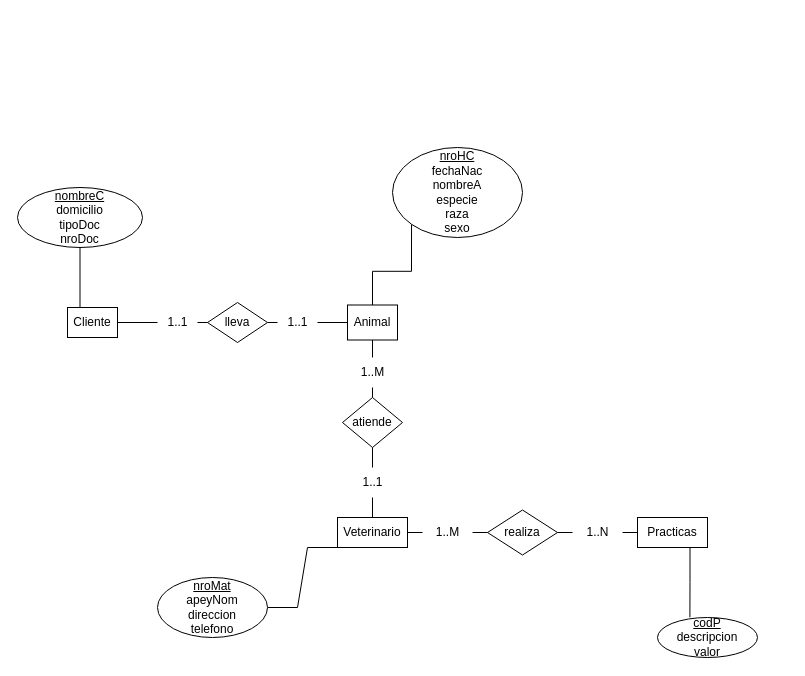
The draw.io diagram veterinaria.drawio in santisabb/ejercicios-base_de_datos, before the edit. Source tidied: cells renumbered, new cells numbered last; positions are measured from the earlier drawing's top-left corner, leaving out a move shared by most shapes. Both pictures are drawn from the tidied source at 100%, with x=0, y=0 at pixel (17, 147).
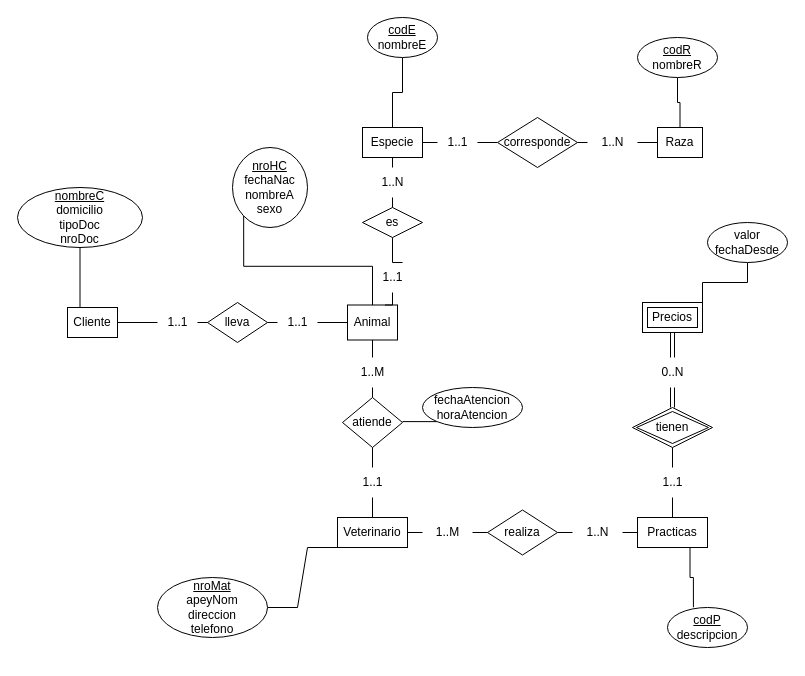
Above is the later version.

The change refers to these unchanged cells:
```xml
<mxCell id="5" value="Practicas" style="whiteSpace=wrap;html=1;align=center;" parent="1" vertex="1">
  <mxGeometry x="620" y="370" width="70" height="30" as="geometry" />
</mxCell>
<mxCell id="8" value="Animal" style="whiteSpace=wrap;html=1;align=center;" parent="1" vertex="1">
  <mxGeometry x="330" y="157.5" width="50" height="35" as="geometry" />
</mxCell>
<mxCell id="18" value="atiende" style="shape=rhombus;perimeter=rhombusPerimeter;whiteSpace=wrap;html=1;align=center;" parent="1" vertex="1">
  <mxGeometry x="325" y="250" width="60" height="50" as="geometry" />
</mxCell>
```

Diff of the diagram source:
```diff
@@
+    <mxCell id="35" style="edgeStyle=orthogonalEdgeStyle;rounded=0;jettySize=auto;html=1;exitX=0.5;exitY=0;exitDx=0;exitDy=0;entryX=0.5;entryY=1;entryDx=0;entryDy=0;endArrow=none;endFill=0;" parent="1" edge="1" source="60" target="56">
+      <mxGeometry relative="1" as="geometry" />
+    </mxCell>
@@
+    <mxCell id="36" style="edgeStyle=orthogonalEdgeStyle;rounded=0;jettySize=auto;html=1;exitX=0.75;exitY=0;exitDx=0;exitDy=0;entryX=0.5;entryY=1;entryDx=0;entryDy=0;endArrow=none;endFill=0;" parent="1" edge="1" source="49" target="45">
+      <mxGeometry relative="1" as="geometry" />
+    </mxCell>
@@
-    <mxCell id="32" value="&lt;u&gt;nroHC&lt;/u&gt;&lt;br&gt;fechaNac&lt;br&gt;nombreA&lt;br&gt;especie&lt;br&gt;raza&lt;br&gt;sexo" style="ellipse;whiteSpace=wrap;html=1;align=center;" parent="1" vertex="1">
-      <mxGeometry x="375" width="130" height="90" as="geometry" />
+    <mxCell id="32" value="&lt;u&gt;nroHC&lt;/u&gt;&lt;br&gt;fechaNac&lt;br&gt;nombreA&lt;br&gt;sexo" style="ellipse;whiteSpace=wrap;html=1;align=center;" parent="1" vertex="1">
+      <mxGeometry x="215" width="75" height="80" as="geometry" />
     </mxCell>
@@
-    <mxCell id="34" value="&lt;u&gt;codP&lt;/u&gt;&lt;br&gt;descripcion&lt;br&gt;valor" style="ellipse;whiteSpace=wrap;html=1;align=center;" parent="1" vertex="1">
-      <mxGeometry x="640" y="470" width="100" height="40" as="geometry" />
+    <mxCell id="34" value="&lt;u&gt;codP&lt;/u&gt;&lt;br&gt;descripcion" style="ellipse;whiteSpace=wrap;html=1;align=center;" parent="1" vertex="1">
+      <mxGeometry x="650" y="460" width="80" height="40" as="geometry" />
     </mxCell>
+    <mxCell id="37" style="edgeStyle=orthogonalEdgeStyle;rounded=0;jettySize=auto;html=1;exitX=0;exitY=1;exitDx=0;exitDy=0;entryX=1;entryY=0.5;entryDx=0;entryDy=0;endArrow=none;endFill=0;" parent="1" edge="1" source="38" target="18">
+      <mxGeometry relative="1" as="geometry" />
+    </mxCell>
+    <mxCell id="38" value="fechaAtencion&lt;br&gt;horaAtencion" style="ellipse;whiteSpace=wrap;html=1;align=center;" parent="1" vertex="1">
+      <mxGeometry x="405" y="240" width="100" height="40" as="geometry" />
+    </mxCell>
+    <mxCell id="39" style="edgeStyle=orthogonalEdgeStyle;rounded=0;jettySize=auto;html=1;exitX=1;exitY=0.5;exitDx=0;exitDy=0;entryX=0;entryY=0.5;entryDx=0;entryDy=0;endArrow=none;endFill=0;" parent="1" edge="1" source="53" target="51">
+      <mxGeometry relative="1" as="geometry" />
+    </mxCell>
+    <mxCell id="40" style="edgeStyle=orthogonalEdgeStyle;rounded=0;jettySize=auto;html=1;exitX=0.5;exitY=0;exitDx=0;exitDy=0;entryX=0.5;entryY=1;entryDx=0;entryDy=0;endArrow=none;endFill=0;" parent="1" edge="1" source="41" target="63">
+      <mxGeometry relative="1" as="geometry" />
+    </mxCell>
+    <mxCell id="41" value="Especie" style="whiteSpace=wrap;html=1;align=center;" parent="1" vertex="1">
+      <mxGeometry x="345" y="-20" width="60" height="30" as="geometry" />
+    </mxCell>
+    <mxCell id="42" style="edgeStyle=orthogonalEdgeStyle;rounded=0;jettySize=auto;html=1;exitX=0.5;exitY=0;exitDx=0;exitDy=0;entryX=0.5;entryY=1;entryDx=0;entryDy=0;endArrow=none;endFill=0;" parent="1" edge="1" source="43" target="62">
+      <mxGeometry relative="1" as="geometry" />
+    </mxCell>
+    <mxCell id="43" value="Raza" style="whiteSpace=wrap;html=1;align=center;" parent="1" vertex="1">
+      <mxGeometry x="640" y="-20" width="45" height="30" as="geometry" />
+    </mxCell>
+    <mxCell id="44" style="edgeStyle=orthogonalEdgeStyle;rounded=0;jettySize=auto;html=1;exitX=0.5;exitY=0;exitDx=0;exitDy=0;entryX=0.5;entryY=1;entryDx=0;entryDy=0;endArrow=none;endFill=0;" parent="1" edge="1" source="47" target="41">
+      <mxGeometry relative="1" as="geometry" />
+    </mxCell>
+    <mxCell id="45" value="es" style="shape=rhombus;perimeter=rhombusPerimeter;whiteSpace=wrap;html=1;align=center;" parent="1" vertex="1">
+      <mxGeometry x="345" y="60" width="60" height="30" as="geometry" />
+    </mxCell>
+    <mxCell id="46" style="edgeStyle=orthogonalEdgeStyle;rounded=0;jettySize=auto;html=1;exitX=0.5;exitY=0;exitDx=0;exitDy=0;entryX=0.5;entryY=1;entryDx=0;entryDy=0;endArrow=none;endFill=0;" parent="1" edge="1" source="45" target="47">
+      <mxGeometry relative="1" as="geometry" />
+    </mxCell>
+    <mxCell id="47" value="1..N" style="text;html=1;align=center;verticalAlign=middle;points=[];strokeColor=none;fillColor=none;" parent="1" vertex="1">
+      <mxGeometry x="350" y="20" width="50" height="30" as="geometry" />
+    </mxCell>
+    <mxCell id="48" style="edgeStyle=orthogonalEdgeStyle;rounded=0;jettySize=auto;html=1;exitX=0.75;exitY=0;exitDx=0;exitDy=0;entryX=0.5;entryY=1;entryDx=0;entryDy=0;endArrow=none;endFill=0;" parent="1" edge="1" source="8" target="49">
+      <mxGeometry relative="1" as="geometry" />
+    </mxCell>
+    <mxCell id="49" value="1..1" style="text;html=1;align=center;verticalAlign=middle;points=[];strokeColor=none;fillColor=none;" parent="1" vertex="1">
+      <mxGeometry x="355" y="115" width="40" height="30" as="geometry" />
+    </mxCell>
+    <mxCell id="50" style="edgeStyle=orthogonalEdgeStyle;rounded=0;jettySize=auto;html=1;exitX=1;exitY=0.5;exitDx=0;exitDy=0;entryX=0;entryY=0.5;entryDx=0;entryDy=0;endArrow=none;endFill=0;" parent="1" edge="1" source="55" target="43">
+      <mxGeometry relative="1" as="geometry" />
+    </mxCell>
+    <mxCell id="51" value="corresponde" style="shape=rhombus;perimeter=rhombusPerimeter;whiteSpace=wrap;html=1;align=center;" parent="1" vertex="1">
+      <mxGeometry x="480" y="-30" width="80" height="50" as="geometry" />
+    </mxCell>
+    <mxCell id="52" style="edgeStyle=orthogonalEdgeStyle;rounded=0;jettySize=auto;html=1;exitX=1;exitY=0.5;exitDx=0;exitDy=0;entryX=0;entryY=0.5;entryDx=0;entryDy=0;endArrow=none;endFill=0;" parent="1" edge="1" source="41" target="53">
+      <mxGeometry relative="1" as="geometry" />
+    </mxCell>
+    <mxCell id="53" value="1..1" style="text;html=1;align=center;verticalAlign=middle;points=[];strokeColor=none;fillColor=none;" parent="1" vertex="1">
+      <mxGeometry x="420" y="-20" width="40" height="30" as="geometry" />
+    </mxCell>
+    <mxCell id="54" style="edgeStyle=orthogonalEdgeStyle;rounded=0;jettySize=auto;html=1;exitX=1;exitY=0.5;exitDx=0;exitDy=0;entryX=0;entryY=0.5;entryDx=0;entryDy=0;endArrow=none;endFill=0;" parent="1" edge="1" source="51" target="55">
+      <mxGeometry relative="1" as="geometry" />
+    </mxCell>
+    <mxCell id="55" value="1..N" style="text;html=1;align=center;verticalAlign=middle;points=[];strokeColor=none;fillColor=none;" parent="1" vertex="1">
+      <mxGeometry x="570" y="-20" width="50" height="30" as="geometry" />
+    </mxCell>
+    <mxCell id="56" value="tienen" style="shape=rhombus;double=1;perimeter=rhombusPerimeter;whiteSpace=wrap;html=1;align=center;" parent="1" vertex="1">
+      <mxGeometry x="615" y="260" width="80" height="40" as="geometry" />
+    </mxCell>
+    <mxCell id="57" style="edgeStyle=orthogonalEdgeStyle;rounded=0;jettySize=auto;html=1;exitX=1;exitY=0;exitDx=0;exitDy=0;endArrow=none;endFill=0;" parent="1" edge="1" source="58" target="61">
+      <mxGeometry relative="1" as="geometry" />
+    </mxCell>
+    <mxCell id="58" value="Precios" style="shape=ext;margin=3;double=1;whiteSpace=wrap;html=1;align=center;" parent="1" vertex="1">
+      <mxGeometry x="625" y="155" width="60" height="30" as="geometry" />
+    </mxCell>
+    <mxCell id="59" style="edgeStyle=orthogonalEdgeStyle;rounded=0;jettySize=auto;html=1;exitX=0.5;exitY=0;exitDx=0;exitDy=0;entryX=0.5;entryY=1;entryDx=0;entryDy=0;endArrow=none;endFill=0;" parent="1" edge="1" source="5" target="60">
+      <mxGeometry relative="1" as="geometry" />
+    </mxCell>
+    <mxCell id="60" value="1..1" style="text;html=1;align=center;verticalAlign=middle;points=[];strokeColor=none;fillColor=none;" parent="1" vertex="1">
+      <mxGeometry x="635" y="320" width="40" height="30" as="geometry" />
+    </mxCell>
+    <mxCell id="61" value="valor&lt;br&gt;fechaDesde" style="ellipse;whiteSpace=wrap;html=1;align=center;" parent="1" vertex="1">
+      <mxGeometry x="690" y="75" width="80" height="40" as="geometry" />
+    </mxCell>
+    <mxCell id="62" value="&lt;u&gt;codR&lt;/u&gt;&lt;br&gt;nombreR" style="ellipse;whiteSpace=wrap;html=1;align=center;" parent="1" vertex="1">
+      <mxGeometry x="620" y="-110" width="80" height="40" as="geometry" />
+    </mxCell>
+    <mxCell id="63" value="&lt;u&gt;codE&lt;/u&gt;&lt;br&gt;nombreE" style="ellipse;whiteSpace=wrap;html=1;align=center;" parent="1" vertex="1">
+      <mxGeometry x="350" y="-130" width="70" height="40" as="geometry" />
+    </mxCell>
+    <mxCell id="64" style="shape=link;html=1;rounded=0;entryX=0.5;entryY=1;entryDx=0;entryDy=0;exitX=0.5;exitY=0;exitDx=0;exitDy=0;" parent="1" edge="1" source="66" target="58">
+      <mxGeometry relative="1" as="geometry" />
+    </mxCell>
+    <mxCell id="65" style="shape=link;html=1;rounded=0;entryX=0.5;entryY=1;entryDx=0;entryDy=0;exitX=0.5;exitY=0;exitDx=0;exitDy=0;" parent="1" edge="1" source="56" target="66">
+      <mxGeometry relative="1" as="geometry" />
+    </mxCell>
+    <mxCell id="66" value="0..N" style="text;html=1;align=center;verticalAlign=middle;points=[];strokeColor=none;fillColor=none;" parent="1" vertex="1">
+      <mxGeometry x="630" y="210" width="50" height="30" as="geometry" />
+    </mxCell>
```
